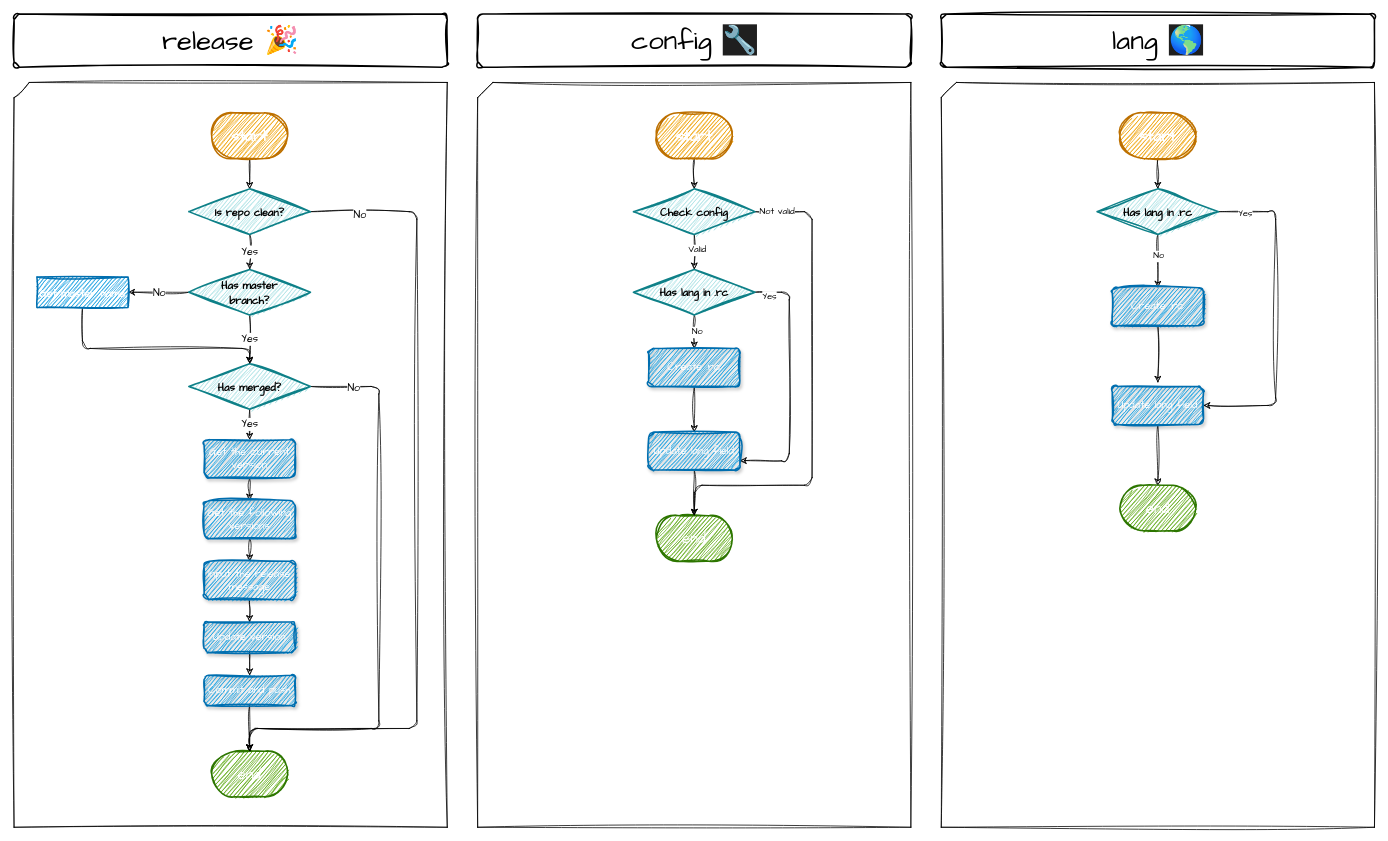
Before: src/assets/workflow.drawio in yingjieweb/truck-cli, a draw.io diagram. Source tidied: cells renumbered, new cells numbered last; positions are measured from the earlier drawing's top-left corner, leaving out a move shared by most shapes. Both pictures are drawn from the tidied source at 76%, with x=0, y=0 at pixel (14, 14).
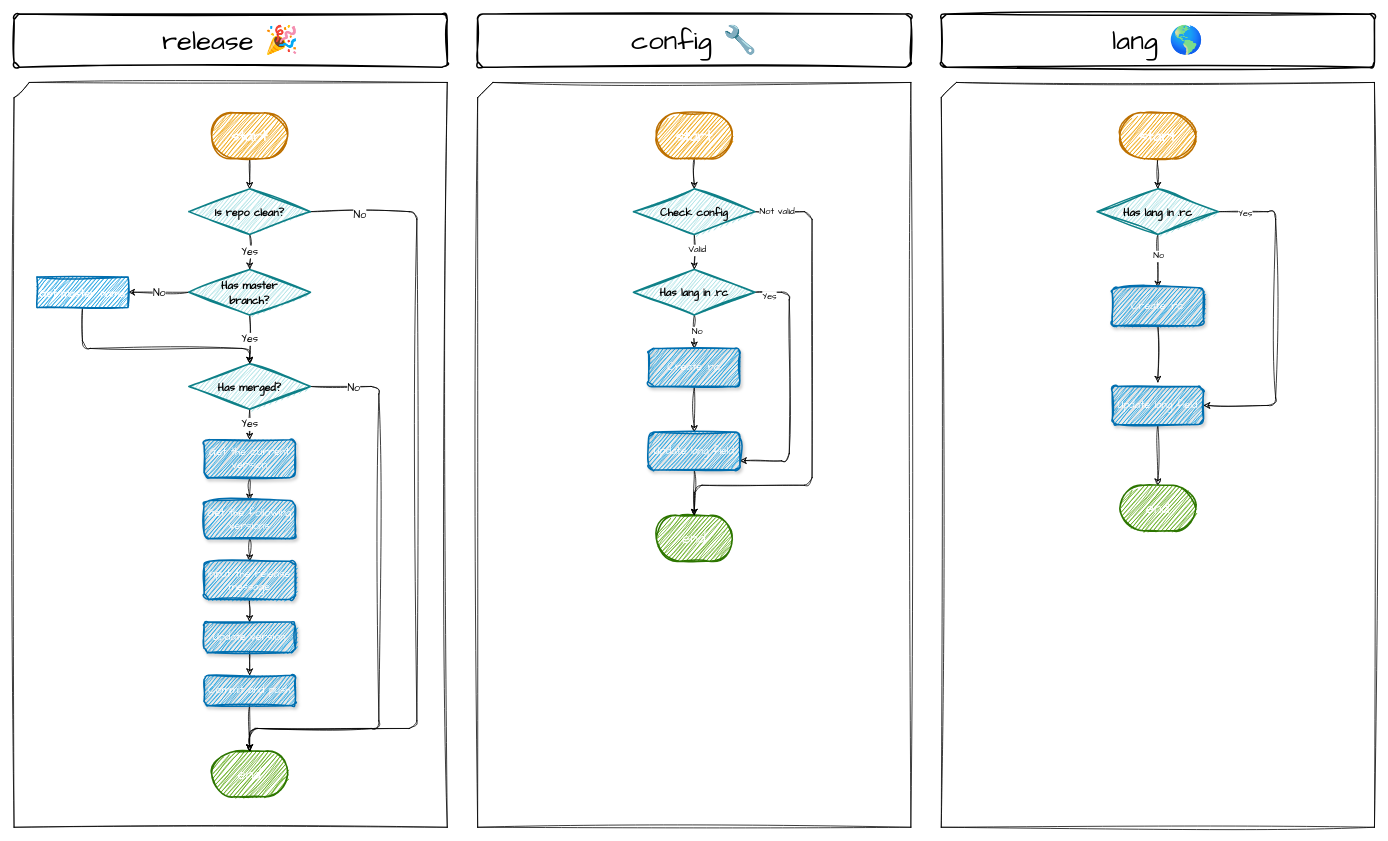
After the change.

Diff of the diagram source:
```diff
@@
-    <mxCell id="32" value="&lt;font style=&quot;font-size: 36px;&quot;&gt;config&amp;nbsp;&lt;span style=&quot;color: rgb(86, 156, 214); font-weight: bold; background-color: rgb(31, 31, 31); font-family: Menlo, Monaco, &amp;quot;Courier New&amp;quot;, monospace;&quot;&gt;🔧&lt;/span&gt;&lt;/font&gt;" style="rounded=1;whiteSpace=wrap;html=1;absoluteArcSize=1;arcSize=14;strokeWidth=2;sketch=1;hachureGap=4;jiggle=2;curveFitting=1;fontFamily=Architects Daughter;fontSize=20;fillColor=none;" parent="1" vertex="1">
+    <mxCell id="32" value="&lt;font style=&quot;font-size: 36px;&quot;&gt;config&amp;nbsp;🔧&lt;/font&gt;" style="rounded=1;whiteSpace=wrap;html=1;absoluteArcSize=1;arcSize=14;strokeWidth=2;sketch=1;hachureGap=4;jiggle=2;curveFitting=1;fontFamily=Architects Daughter;fontSize=20;fillColor=none;" parent="1" vertex="1">
       <mxGeometry x="610" width="570" height="70" as="geometry" />
     </mxCell>
@@
-    <mxCell id="34" value="&lt;font style=&quot;font-size: 36px;&quot;&gt;lang&amp;nbsp;&lt;span style=&quot;color: rgb(86, 156, 214); font-weight: bold; background-color: rgb(31, 31, 31); font-family: Menlo, Monaco, &amp;quot;Courier New&amp;quot;, monospace;&quot;&gt;🌎&lt;/span&gt;&lt;/font&gt;" style="rounded=1;whiteSpace=wrap;html=1;absoluteArcSize=1;arcSize=14;strokeWidth=2;sketch=1;hachureGap=4;jiggle=2;curveFitting=1;fontFamily=Architects Daughter;fontSize=20;fillColor=none;" parent="1" vertex="1">
+    <mxCell id="34" value="&lt;font style=&quot;font-size: 36px;&quot;&gt;lang&amp;nbsp;🌎&lt;/font&gt;" style="rounded=1;whiteSpace=wrap;html=1;absoluteArcSize=1;arcSize=14;strokeWidth=2;sketch=1;hachureGap=4;jiggle=2;curveFitting=1;fontFamily=Architects Daughter;fontSize=20;fillColor=none;" parent="1" vertex="1">
       <mxGeometry x="1220" width="570" height="70" as="geometry" />
     </mxCell>
```
